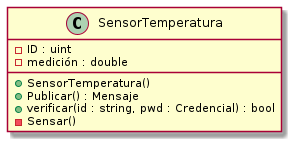
Above: diagramas/clases/clase_sensor_temperatura.png in diegosanchez/invap-modulo-uml (PlantUML), before the change.
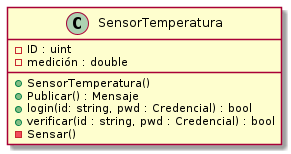
Above is the later version.

Commit message:
[clases] Clase abstracta

Diff of the diagram source:
```diff
@@ -7,6 +7,7 @@
 
         + SensorTemperatura()
         + Publicar() : Mensaje
+        + login(id: string, pwd : Credencial) : bool
         + verificar(id : string, pwd : Credencial) : bool
         - Sensar()
 }
```
